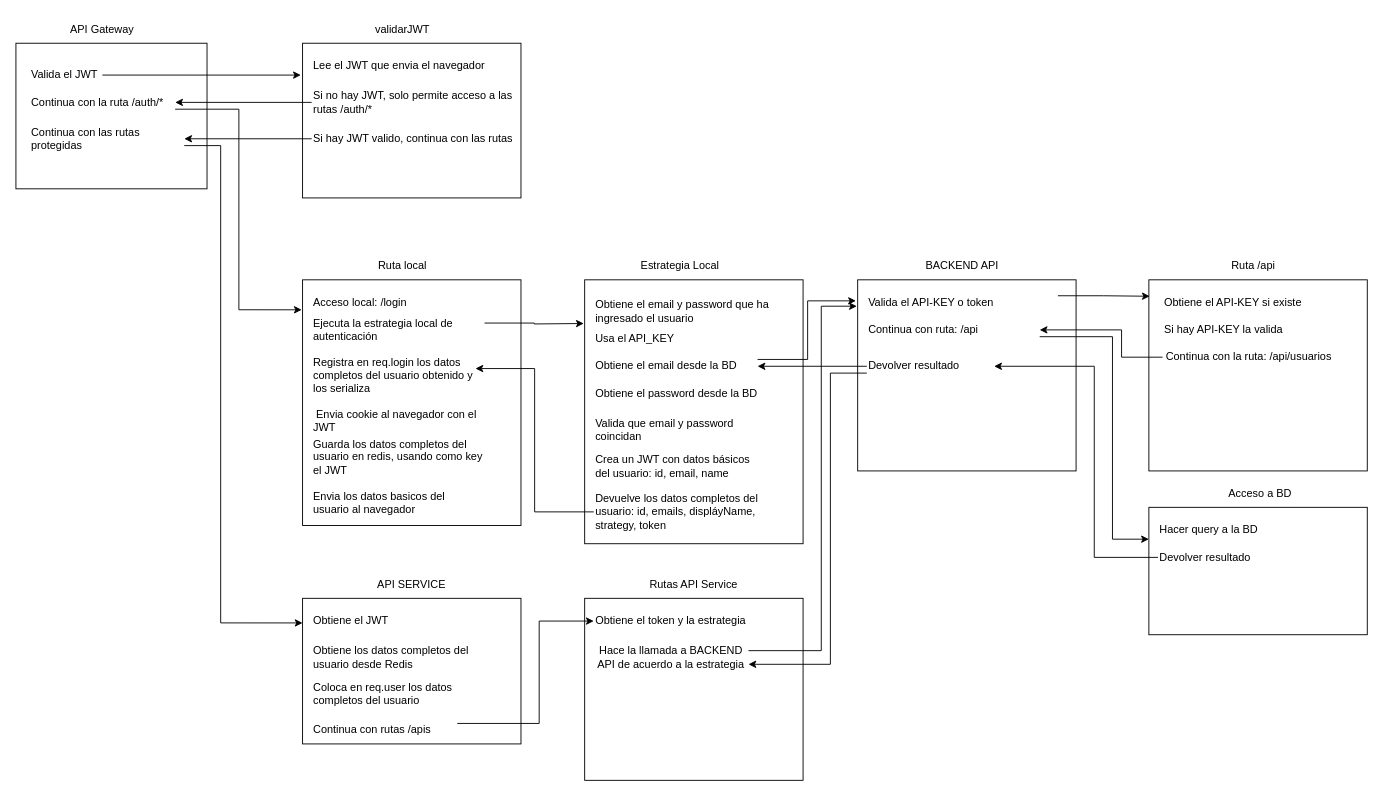
ocpdata/new-repo keeps this draw.io diagram as page "Página-16" (16 of 16) of Diagrama sin título.drawio. Above is the earlier version. Source tidied: cells renumbered, new cells numbered last; positions are measured from the earlier drawing's top-left corner, leaving out a move shared by most shapes. Both pictures are drawn from the tidied source at 91%, with x=0, y=0 at pixel (15, 15).
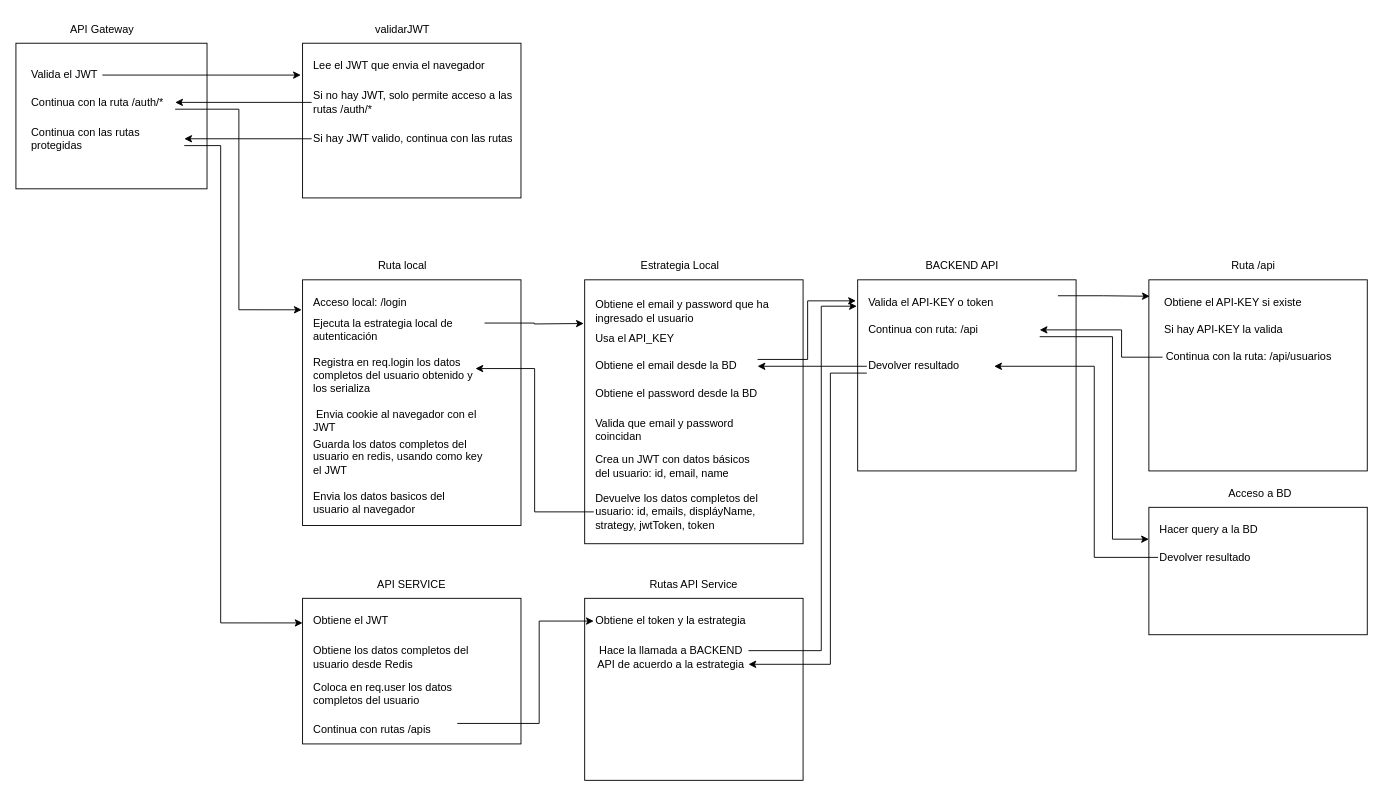
Above is the later version.

Change to the diagram source:
```diff
@@
-    <mxCell id="25" value="Devuelve los datos completos del usuario: id, emails, displáyName, strategy, token&amp;nbsp;" style="text;html=1;whiteSpace=wrap;strokeColor=none;fillColor=none;align=left;verticalAlign=middle;rounded=0;fontFamily=Helvetica;fontSize=12;fontColor=default;" parent="1" vertex="1">
+    <mxCell id="25" value="Devuelve los datos completos del usuario: id, emails, displáyName, strategy, jwtToken, token&amp;nbsp;" style="text;html=1;whiteSpace=wrap;strokeColor=none;fillColor=none;align=left;verticalAlign=middle;rounded=0;fontFamily=Helvetica;fontSize=12;fontColor=default;" parent="1" vertex="1">
       <mxGeometry x="635" y="530" width="200" height="30" as="geometry" />
     </mxCell>
```
